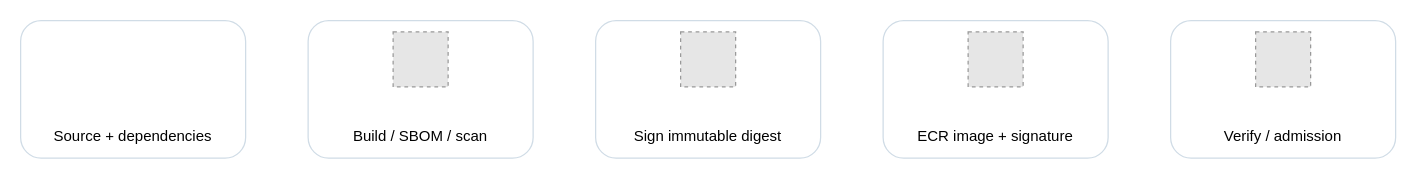
Earlier version of the draw.io diagram workshop/static/images/supply-chain.drawio (toannd021104/eks-defense-in-depth-workshop). Source tidied: cells renumbered, new cells numbered last; positions are measured from the earlier drawing's top-left corner, leaving out a move shared by most shapes. Both pictures are drawn from the tidied source at 125%, with x=0, y=0 at pixel (20, 20). Pictures stored in the file or linked from it are replaced by grey dashed boxes.
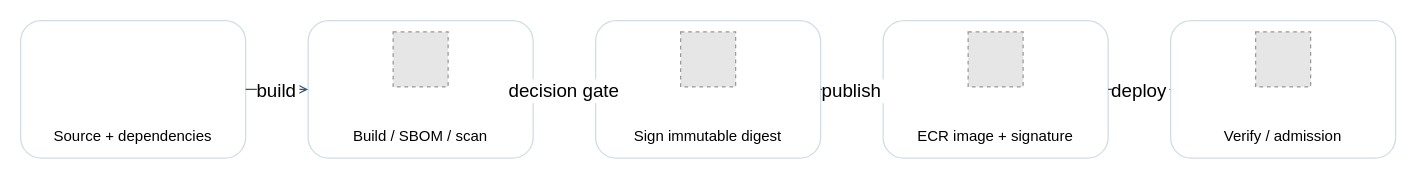
The same diagram, later.

What changed in the source:
```diff
@@
-<mxGraphModel>
+<mxGraphModel background="#ffffff">
   <root>
     <mxCell id="0" />
     <mxCell id="1" parent="0" />
     <mxCell id="2" value="Source + dependencies" style="rounded=1;fillColor=#ffffff;strokeColor=#d0dce6;verticalAlign=bottom;spacingBottom=8;" parent="1" vertex="1">
       <mxGeometry width="180" height="110" as="geometry" />
     </mxCell>
     <mxCell id="3" value="Build / SBOM / scan" style="rounded=1;fillColor=#ffffff;strokeColor=#d0dce6;verticalAlign=bottom;spacingBottom=8;" parent="1" vertex="1">
       <mxGeometry x="230" width="180" height="110" as="geometry" />
     </mxCell>
     <mxCell id="4" value="Sign immutable digest" style="rounded=1;fillColor=#ffffff;strokeColor=#d0dce6;verticalAlign=bottom;spacingBottom=8;" parent="1" vertex="1">
       <mxGeometry x="460" width="180" height="110" as="geometry" />
     </mxCell>
     <mxCell id="5" value="ECR image + signature" style="rounded=1;fillColor=#ffffff;strokeColor=#d0dce6;verticalAlign=bottom;spacingBottom=8;" parent="1" vertex="1">
       <mxGeometry x="690" width="180" height="110" as="geometry" />
     </mxCell>
     <mxCell id="6" value="Verify / admission" style="rounded=1;fillColor=#ffffff;strokeColor=#d0dce6;verticalAlign=bottom;spacingBottom=8;" parent="1" vertex="1">
       <mxGeometry x="920" width="180" height="110" as="geometry" />
     </mxCell>
     <mxCell id="7" style="fillColor=#E6E6E6;strokeColor=#999999;dashed=1;" parent="1" vertex="1">
       <mxGeometry x="298" y="9" width="44" height="44" as="geometry" />
     </mxCell>
     <mxCell id="8" style="fillColor=#E6E6E6;strokeColor=#999999;dashed=1;" parent="1" vertex="1">
       <mxGeometry x="528" y="9" width="44" height="44" as="geometry" />
     </mxCell>
     <mxCell id="9" style="fillColor=#E6E6E6;strokeColor=#999999;dashed=1;" parent="1" vertex="1">
       <mxGeometry x="758" y="9" width="44" height="44" as="geometry" />
     </mxCell>
     <mxCell id="10" style="fillColor=#E6E6E6;strokeColor=#999999;dashed=1;" parent="1" vertex="1">
       <mxGeometry x="988" y="9" width="44" height="44" as="geometry" />
     </mxCell>
-    <mxCell id="11" value="build" style="edgeStyle=orthogonalEdgeStyle;endArrow=open;strokeColor=#315675;" parent="1" edge="1">
+    <mxCell id="11" value="build" style="edgeStyle=orthogonalEdgeStyle;endArrow=open;fontSize=15;strokeColor=#315675;exitX=1.0;exitY=0.5;exitPerimeter=0;entryX=0.0;entryY=0.5;entryPerimeter=0;" parent="1" edge="1" source="2" target="3">
       <mxGeometry relative="1" as="geometry" />
     </mxCell>
-    <mxCell id="12" value="decision gate" style="edgeStyle=orthogonalEdgeStyle;endArrow=open;strokeColor=#315675;" parent="1" edge="1">
+    <mxCell id="12" value="decision gate" style="edgeStyle=orthogonalEdgeStyle;endArrow=open;fontSize=15;strokeColor=#315675;exitX=1.0;exitY=0.5;exitPerimeter=0;entryX=0.0;entryY=0.5;entryPerimeter=0;" parent="1" edge="1" source="3" target="4">
       <mxGeometry relative="1" as="geometry" />
     </mxCell>
-    <mxCell id="13" value="publish" style="edgeStyle=orthogonalEdgeStyle;endArrow=open;strokeColor=#315675;" parent="1" edge="1">
+    <mxCell id="13" value="publish" style="edgeStyle=orthogonalEdgeStyle;endArrow=open;fontSize=15;strokeColor=#315675;exitX=1.0;exitY=0.5;exitPerimeter=0;entryX=0.0;entryY=0.5;entryPerimeter=0;" parent="1" edge="1" source="4" target="5">
       <mxGeometry relative="1" as="geometry" />
     </mxCell>
-    <mxCell id="14" value="deploy" style="edgeStyle=orthogonalEdgeStyle;endArrow=open;strokeColor=#315675;" parent="1" edge="1">
+    <mxCell id="14" value="deploy" style="edgeStyle=orthogonalEdgeStyle;endArrow=open;fontSize=15;strokeColor=#315675;exitX=1.0;exitY=0.5;exitPerimeter=0;entryX=0.0;entryY=0.5;entryPerimeter=0;" parent="1" edge="1" source="5" target="6">
       <mxGeometry relative="1" as="geometry" />
     </mxCell>
   </root>
 </mxGraphModel>
```
